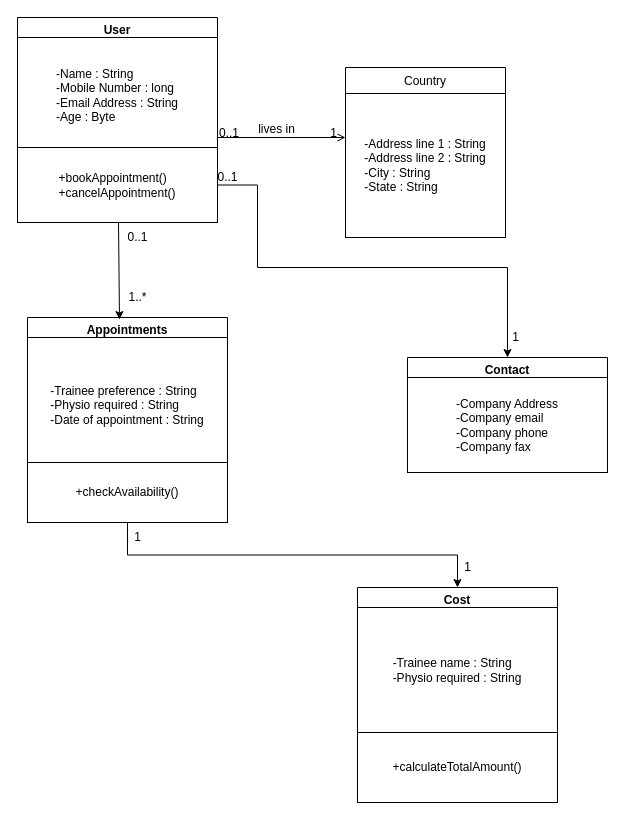
Earlier version of the draw.io diagram Untitled Diagram.drawio (devenshettyss/gitpractice). Source tidied: cells renumbered, new cells numbered last; positions are measured from the earlier drawing's top-left corner, leaving out a move shared by most shapes. Both pictures are drawn from the tidied source at 100%, with x=0, y=0 at pixel (17, 17).
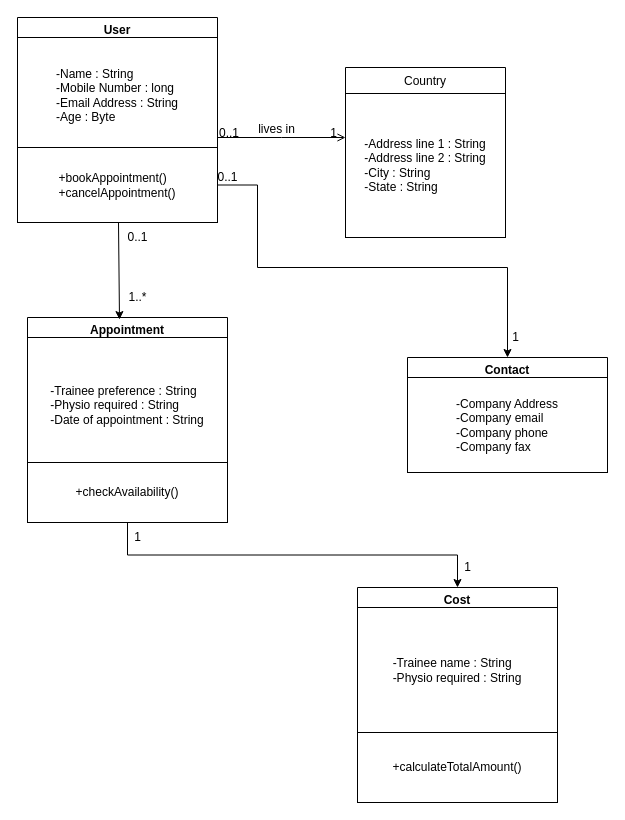
Above is the later version.

Commit message:
Updated with singular class names

Change to the diagram source:
```diff
@@
-    <mxCell id="12" value="Appointments" style="swimlane;" parent="1" vertex="1">
+    <mxCell id="12" value="Appointment" style="swimlane;" parent="1" vertex="1">
       <mxGeometry x="10" y="300" width="200" height="205" as="geometry" />
     </mxCell>
```
